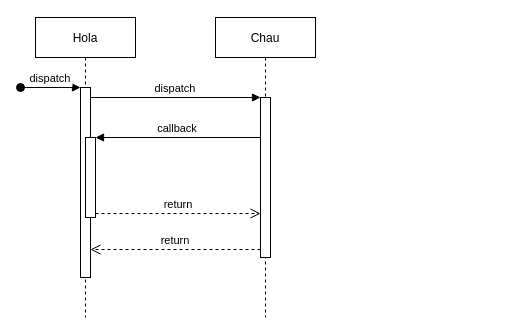
This is diagrama/Diagrama de secuencia.drawio from Joaquin-Cnrd/izo-isw1-tpds, a draw.io file, before an edit. Source tidied: cells renumbered, new cells numbered last; positions are measured from the earlier drawing's top-left corner, leaving out a move shared by most shapes. Both pictures are drawn from the tidied source at 100%, with x=0, y=0 at pixel (20, 17).
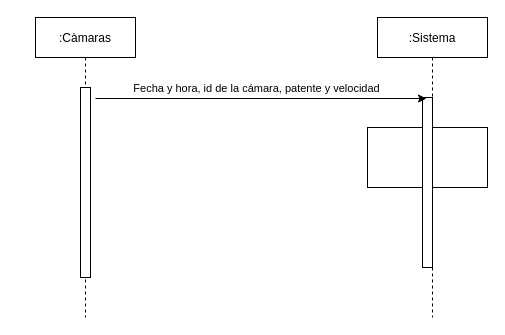
The same diagram, later.

What changed in the source:
```diff
@@
 <mxGraphModel>
   <root>
     <mxCell id="0" />
     <mxCell id="1" parent="0" />
-    <mxCell id="2" value="Hola" style="shape=umlLifeline;perimeter=lifelinePerimeter;rounded=0;shadow=0;strokeWidth=1;" parent="1" vertex="1">
+    <mxCell id="2" value=":Càmaras" style="shape=umlLifeline;perimeter=lifelinePerimeter;rounded=0;shadow=0;strokeWidth=1;" parent="1" vertex="1">
       <mxGeometry x="15" width="100" height="300" as="geometry" />
     </mxCell>
     <mxCell id="3" style="points=[];perimeter=orthogonalPerimeter;rounded=0;shadow=0;strokeWidth=1;" parent="2" vertex="1">
       <mxGeometry x="45" y="70" width="10" height="190" as="geometry" />
     </mxCell>
-    <mxCell id="4" value="dispatch" style="verticalAlign=bottom;startArrow=oval;endArrow=block;startSize=8;shadow=0;strokeWidth=1;" parent="2" edge="1" target="3">
-      <mxGeometry relative="1" as="geometry">
-        <mxPoint x="-15" y="70" as="sourcePoint" />
-      </mxGeometry>
-    </mxCell>
-    <mxCell id="5" style="points=[];perimeter=orthogonalPerimeter;rounded=0;shadow=0;strokeWidth=1;" parent="2" vertex="1">
-      <mxGeometry x="50" y="120" width="10" height="80" as="geometry" />
-    </mxCell>
-    <mxCell id="6" value="Chau" style="shape=umlLifeline;perimeter=lifelinePerimeter;rounded=0;shadow=0;strokeWidth=1;" parent="1" vertex="1">
-      <mxGeometry x="195" width="100" height="300" as="geometry" />
+    <mxCell id="6" value=":Sistema" style="shape=umlLifeline;perimeter=lifelinePerimeter;rounded=0;shadow=0;strokeWidth=1;" parent="1" vertex="1">
+      <mxGeometry x="357" width="110" height="300" as="geometry" />
     </mxCell>
+    <mxCell id="12" style="rounded=0;whiteSpace=wrap;html=1;" parent="6" vertex="1">
+      <mxGeometry x="-10" y="110" width="120" height="60" as="geometry" />
+    </mxCell>
     <mxCell id="7" style="points=[];perimeter=orthogonalPerimeter;rounded=0;shadow=0;strokeWidth=1;" parent="6" vertex="1">
-      <mxGeometry x="45" y="80" width="10" height="160" as="geometry" />
+      <mxGeometry x="45" y="80" width="10" height="170" as="geometry" />
     </mxCell>
-    <mxCell id="8" value="return" style="verticalAlign=bottom;endArrow=open;dashed=1;endSize=8;exitX=0;exitY=0.95;shadow=0;strokeWidth=1;" parent="1" edge="1" source="7" target="3">
-      <mxGeometry relative="1" as="geometry" />
-    </mxCell>
-    <mxCell id="9" value="dispatch" style="verticalAlign=bottom;endArrow=block;entryX=0;entryY=0;shadow=0;strokeWidth=1;" parent="1" edge="1" source="3" target="7">
-      <mxGeometry relative="1" as="geometry" />
-    </mxCell>
-    <mxCell id="10" value="callback" style="verticalAlign=bottom;endArrow=block;entryX=1;entryY=0;shadow=0;strokeWidth=1;" parent="1" edge="1" source="7" target="5">
-      <mxGeometry relative="1" as="geometry" />
-    </mxCell>
-    <mxCell id="11" value="return" style="verticalAlign=bottom;endArrow=open;dashed=1;endSize=8;exitX=1;exitY=0.95;shadow=0;strokeWidth=1;" parent="1" edge="1" source="5" target="7">
-      <mxGeometry relative="1" as="geometry" />
-    </mxCell>
+    <mxCell id="13" style="endArrow=classic;html=1;rounded=0;entryX=0.4;entryY=0.006;entryDx=0;entryDy=0;entryPerimeter=0;" parent="1" edge="1" target="7">
+      <mxGeometry relative="1" as="geometry">
+        <mxPoint x="75" y="81" as="sourcePoint" />
+      </mxGeometry>
+    </mxCell>
+    <mxCell id="14" value="Fecha y hora, id de la cámara, patente y velocidad" style="edgeLabel;html=1;align=center;verticalAlign=middle;" parent="13" vertex="1">
+      <mxGeometry x="0.15" y="1" relative="1" as="geometry">
+        <mxPoint x="-30" y="-10" as="offset" />
+      </mxGeometry>
+    </mxCell>
   </root>
 </mxGraphModel>
```
